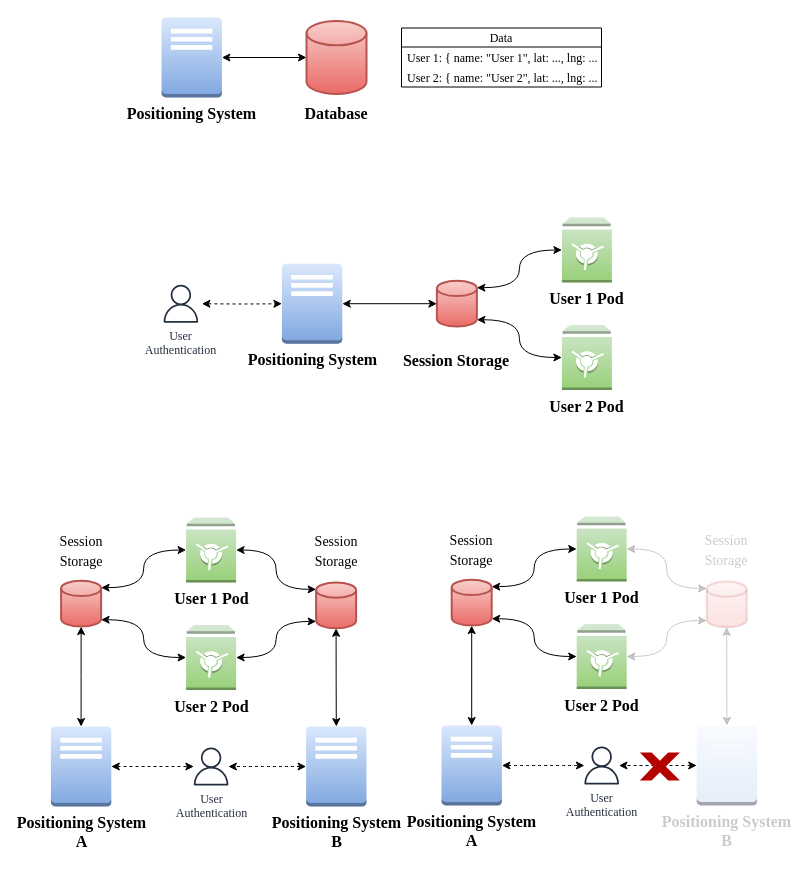
The draw.io diagram page "Page-2" (1 of 5) of docs/media/images/solid.drawio in OpenHPS/openhps-solid, before the edit. Source tidied: cells renumbered, new cells numbered last; positions are measured from the earlier drawing's top-left corner, leaving out a move shared by most shapes. Both pictures are drawn from the tidied source at 100%, with x=0, y=0 at pixel (50, 17).
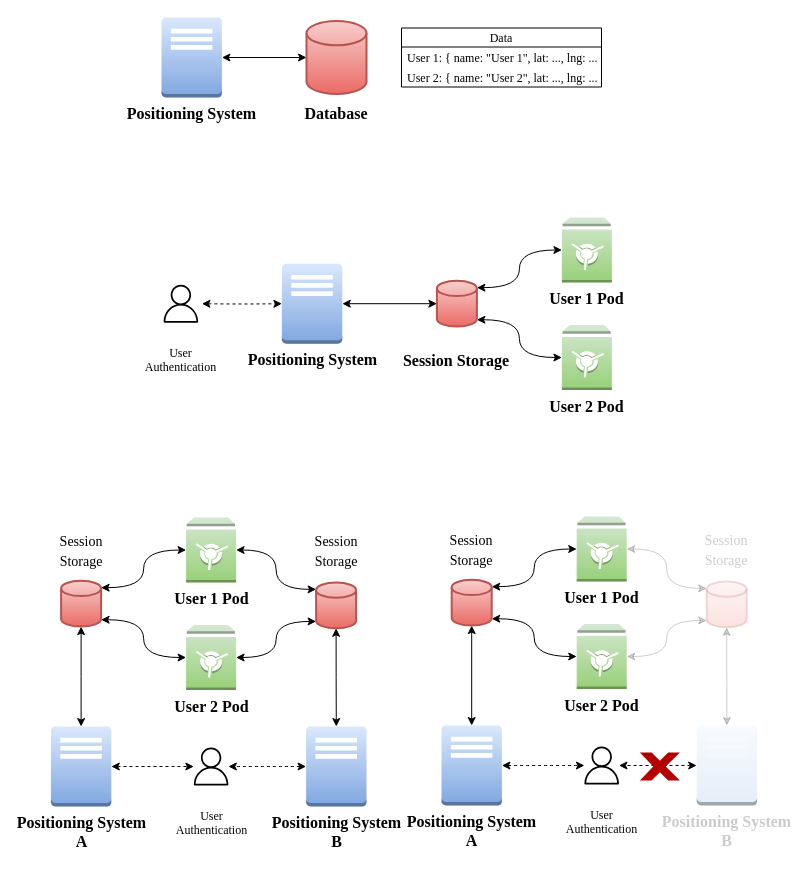
After the change.

Diff of the diagram source:
```diff
@@
-    <mxCell id="33" value="User&lt;br&gt;Authentication" style="sketch=0;fontColor=#232F3E;gradientColor=none;fillColor=#232F3E;strokeColor=none;dashed=0;verticalLabelPosition=bottom;verticalAlign=top;align=center;html=1;fontSize=12;fontStyle=0;shape=mxgraph.aws4.user;fontFamily=Garamond;" parent="1" vertex="1">
+    <mxCell id="33" value="User&lt;br&gt;Authentication" style="sketch=0;fontColor=#000000;gradientColor=none;fillColor=#000000;strokeColor=none;dashed=0;verticalLabelPosition=bottom;verticalAlign=top;align=center;html=1;fontSize=12;fontStyle=0;shape=mxgraph.aws4.user;fontFamily=Garamond;spacingBottom=0;spacingTop=17;" parent="1" vertex="1">
       <mxGeometry x="111.4" y="267.2" width="38" height="38" as="geometry" />
     </mxCell>
-    <mxCell id="34" value="User&lt;br&gt;Authentication" style="sketch=0;outlineConnect=0;fontColor=#232F3E;gradientColor=none;fillColor=#232F3E;strokeColor=none;dashed=0;verticalLabelPosition=bottom;verticalAlign=top;align=center;html=1;fontSize=12;fontStyle=0;shape=mxgraph.aws4.user;fontFamily=Garamond;" parent="1" vertex="1">
+    <mxCell id="34" value="User&lt;br&gt;Authentication" style="sketch=0;outlineConnect=0;fontColor=#040608;gradientColor=none;fillColor=#010203;strokeColor=none;dashed=0;verticalLabelPosition=bottom;verticalAlign=top;align=center;html=1;fontSize=12;fontStyle=0;shape=mxgraph.aws4.user;fontFamily=Garamond;spacingTop=17;" parent="1" vertex="1">
       <mxGeometry x="141.6" y="730" width="38" height="38" as="geometry" />
     </mxCell>
@@
-    <mxCell id="51" value="User&lt;br&gt;Authentication" style="sketch=0;outlineConnect=0;fontColor=#232F3E;gradientColor=none;fillColor=#232F3E;strokeColor=none;dashed=0;verticalLabelPosition=bottom;verticalAlign=top;align=center;html=1;fontSize=12;fontStyle=0;shape=mxgraph.aws4.user;fontFamily=Garamond;" parent="1" vertex="1">
+    <mxCell id="51" value="User&lt;br&gt;Authentication" style="sketch=0;outlineConnect=0;fontColor=#040608;gradientColor=none;fillColor=#010203;strokeColor=none;dashed=0;verticalLabelPosition=bottom;verticalAlign=top;align=center;html=1;fontSize=12;fontStyle=0;shape=mxgraph.aws4.user;fontFamily=Garamond;spacingTop=17;" parent="1" vertex="1">
       <mxGeometry x="532.2" y="729" width="38" height="38" as="geometry" />
     </mxCell>
```
